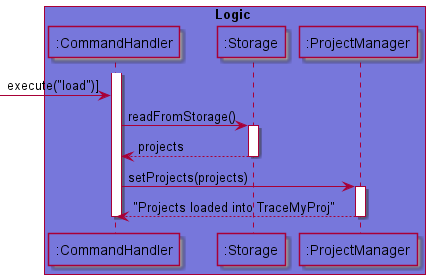
s-t-e-f/tp keeps this PlantUML diagram as docs/puml_img/Load.png. Above is the earlier version.
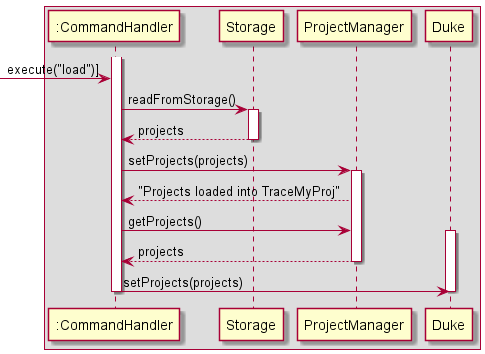
Later version of the same file.

Change to the diagram source:
```diff
@@ -1,10 +1,10 @@
 @startuml
-!include Style.puml
 
-box Logic LOGIC_COLOR_T1
-participant ":CommandHandler" as CommandHandler LOGIC_COLOR_T1
-participant ":Storage" as Storage LOGIC_COLOR_T1
-participant ":ProjectManager" as ProjectManager LOGIC_COLOR_T1
+box
+participant ":CommandHandler" as CommandHandler
+participant "Storage" as Storage
+participant "ProjectManager" as ProjectManager
+participant "Duke" as Duke
 end box
 
 activate CommandHandler
@@ -20,8 +20,17 @@
 activate ProjectManager
 
 ProjectManager --> CommandHandler : "Projects loaded into TraceMyProj"
+
+
+CommandHandler -> ProjectManager : getProjects()
+activate Duke
+
+ProjectManager --> CommandHandler : projects
 deactivate ProjectManager
 
+CommandHandler -> Duke : setProjects(projects)
+
 deactivate CommandHandler
+deactivate Duke
 
 @enduml
```
